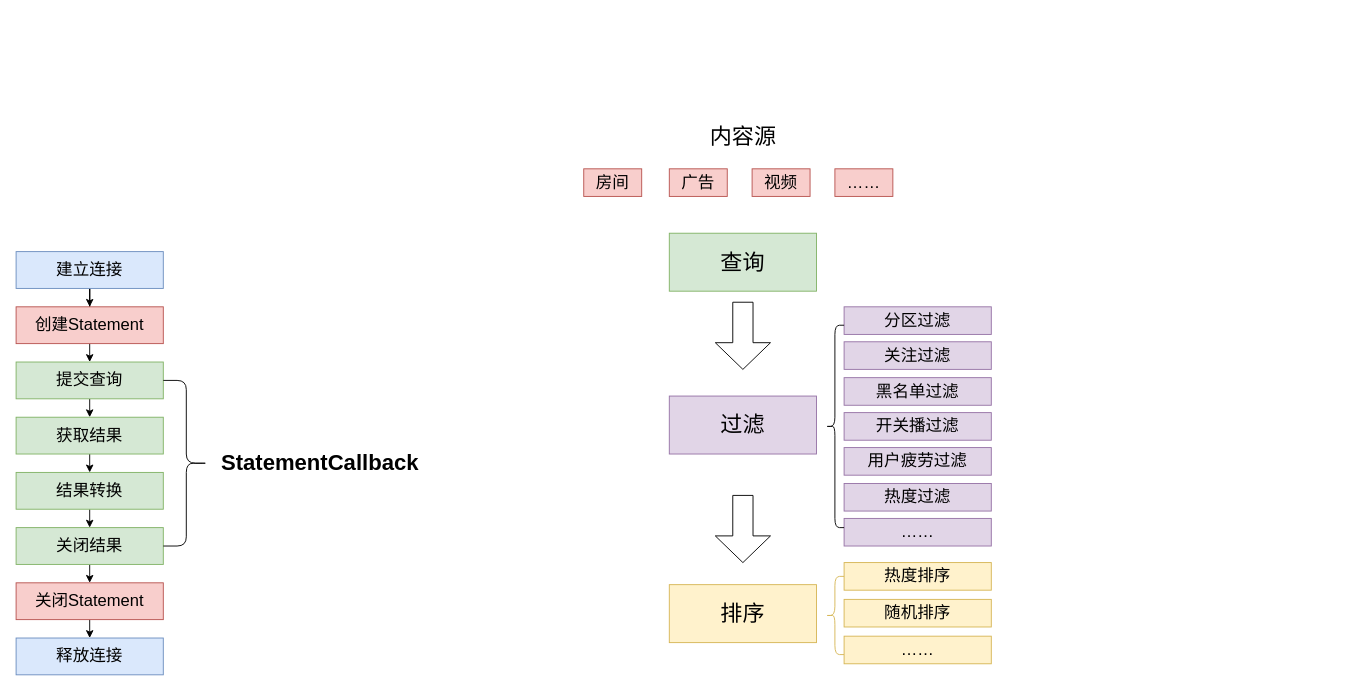
This is 设计模式流程图.drawio from hongweilv-whu/flowCharts, a draw.io file, before an edit. Source tidied: cells renumbered, new cells numbered last; positions are measured from the earlier drawing's top-left corner, leaving out a move shared by most shapes. Both pictures are drawn from the tidied source at 92%, with x=0, y=0 at pixel (16, 122).
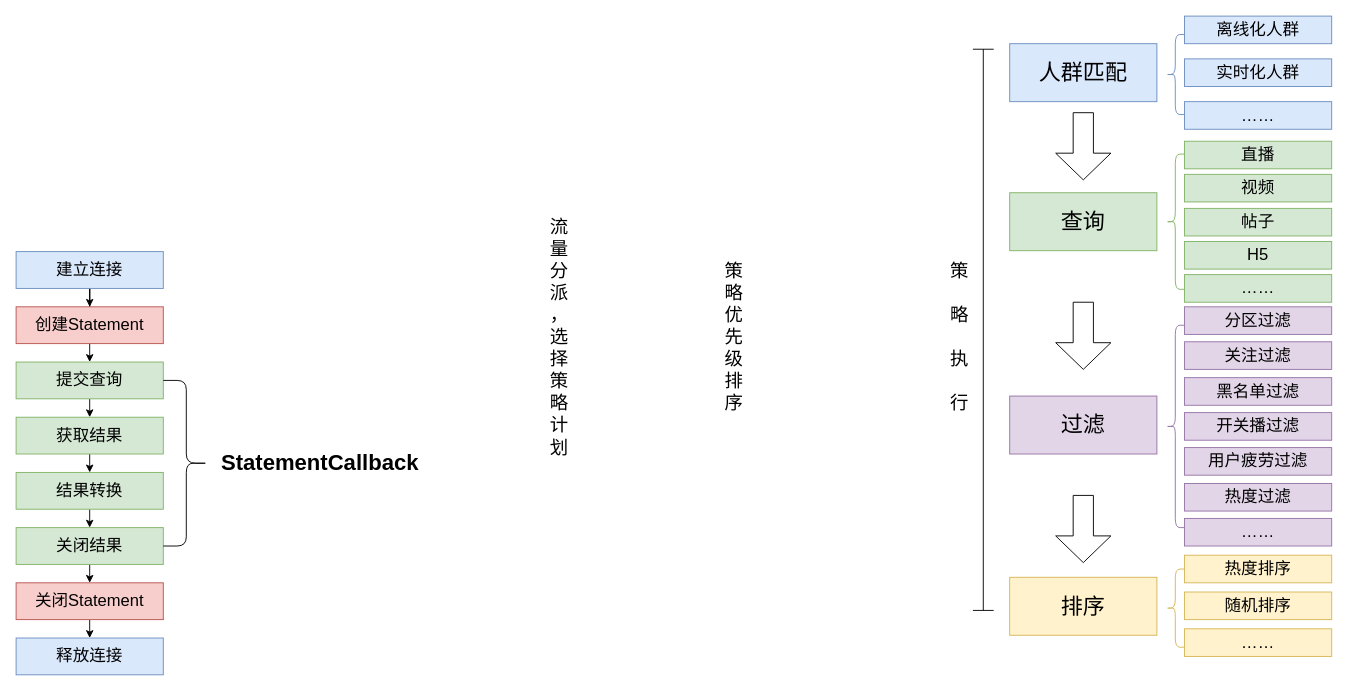
After the change.

Commit message:
更新设计模式流程图.drawio

The edit, as a diff of the source:
```diff
@@
     <mxCell id="19" value="&lt;font style=&quot;font-size: 24px&quot;&gt;过滤&lt;/font&gt;" style="rounded=0;whiteSpace=wrap;html=1;fillColor=#e1d5e7;strokeColor=#9673a6;" parent="1" vertex="1">
-      <mxGeometry x="710" y="297" width="160" height="63" as="geometry" />
+      <mxGeometry x="1080" y="297" width="160" height="63" as="geometry" />
     </mxCell>
-    <mxCell id="20" value="&lt;span style=&quot;font-size: 18px&quot;&gt;房间&lt;/span&gt;" style="rounded=0;whiteSpace=wrap;html=1;fillColor=#f8cecc;strokeColor=#b85450;" parent="1" vertex="1">
-      <mxGeometry x="617" y="50" width="63" height="30" as="geometry" />
+    <mxCell id="20" value="&lt;span style=&quot;font-size: 18px&quot;&gt;直播&lt;/span&gt;" style="rounded=0;whiteSpace=wrap;html=1;fillColor=#d5e8d4;strokeColor=#82b366;" parent="1" vertex="1">
+      <mxGeometry x="1270" y="20" width="160" height="30" as="geometry" />
     </mxCell>
-    <mxCell id="21" value="&lt;span style=&quot;font-size: 18px&quot;&gt;广告&lt;/span&gt;" style="rounded=0;whiteSpace=wrap;html=1;fillColor=#f8cecc;strokeColor=#b85450;" parent="1" vertex="1">
-      <mxGeometry x="710" y="50" width="63" height="30" as="geometry" />
-    </mxCell>
-    <mxCell id="22" value="&lt;span style=&quot;font-size: 18px&quot;&gt;视频&lt;/span&gt;" style="rounded=0;whiteSpace=wrap;html=1;fillColor=#f8cecc;strokeColor=#b85450;" parent="1" vertex="1">
-      <mxGeometry x="800" y="50" width="63" height="30" as="geometry" />
-    </mxCell>
-    <mxCell id="23" value="&lt;span style=&quot;font-size: 18px&quot;&gt;……&lt;/span&gt;" style="rounded=0;whiteSpace=wrap;html=1;fillColor=#f8cecc;strokeColor=#b85450;" parent="1" vertex="1">
-      <mxGeometry x="890" y="50" width="63" height="30" as="geometry" />
-    </mxCell>
     <mxCell id="24" value="&lt;span style=&quot;font-size: 18px&quot;&gt;分区过滤&lt;/span&gt;" style="rounded=0;whiteSpace=wrap;html=1;fillColor=#e1d5e7;strokeColor=#9673a6;" parent="1" vertex="1">
-      <mxGeometry x="900" y="200" width="160" height="30" as="geometry" />
+      <mxGeometry x="1270" y="200" width="160" height="30" as="geometry" />
     </mxCell>
     <mxCell id="25" value="&lt;span style=&quot;font-size: 18px&quot;&gt;关注过滤&lt;/span&gt;" style="rounded=0;whiteSpace=wrap;html=1;fillColor=#e1d5e7;strokeColor=#9673a6;" parent="1" vertex="1">
-      <mxGeometry x="900" y="238" width="160" height="30" as="geometry" />
+      <mxGeometry x="1270" y="238" width="160" height="30" as="geometry" />
     </mxCell>
     <mxCell id="26" value="&lt;span style=&quot;font-size: 18px&quot;&gt;黑名单过滤&lt;/span&gt;" style="rounded=0;whiteSpace=wrap;html=1;fillColor=#e1d5e7;strokeColor=#9673a6;" parent="1" vertex="1">
-      <mxGeometry x="900" y="277" width="160" height="30" as="geometry" />
+      <mxGeometry x="1270" y="277" width="160" height="30" as="geometry" />
     </mxCell>
     <mxCell id="27" value="&lt;span style=&quot;font-size: 18px&quot;&gt;开关播过滤&lt;/span&gt;" style="rounded=0;whiteSpace=wrap;html=1;fillColor=#e1d5e7;strokeColor=#9673a6;" parent="1" vertex="1">
-      <mxGeometry x="900" y="315" width="160" height="30" as="geometry" />
+      <mxGeometry x="1270" y="315" width="160" height="30" as="geometry" />
     </mxCell>
     <mxCell id="28" value="&lt;span style=&quot;font-size: 18px&quot;&gt;用户疲劳过滤&lt;/span&gt;" style="rounded=0;whiteSpace=wrap;html=1;fillColor=#e1d5e7;strokeColor=#9673a6;" parent="1" vertex="1">
-      <mxGeometry x="900" y="353" width="160" height="30" as="geometry" />
+      <mxGeometry x="1270" y="353" width="160" height="30" as="geometry" />
     </mxCell>
     <mxCell id="29" value="&lt;span style=&quot;font-size: 18px&quot;&gt;热度过滤&lt;/span&gt;" style="rounded=0;whiteSpace=wrap;html=1;fillColor=#e1d5e7;strokeColor=#9673a6;" parent="1" vertex="1">
-      <mxGeometry x="900" y="392" width="160" height="30" as="geometry" />
+      <mxGeometry x="1270" y="392" width="160" height="30" as="geometry" />
     </mxCell>
     <mxCell id="30" value="&lt;span style=&quot;font-size: 18px&quot;&gt;……&lt;/span&gt;" style="rounded=0;whiteSpace=wrap;html=1;fillColor=#e1d5e7;strokeColor=#9673a6;" parent="1" vertex="1">
-      <mxGeometry x="900" y="430" width="160" height="30" as="geometry" />
+      <mxGeometry x="1270" y="430" width="160" height="30" as="geometry" />
     </mxCell>
-    <mxCell id="31" style="shape=curlyBracket;whiteSpace=wrap;html=1;rounded=1;" parent="1" vertex="1">
-      <mxGeometry x="880" y="220" width="20" height="220" as="geometry" />
+    <mxCell id="31" style="shape=curlyBracket;whiteSpace=wrap;html=1;rounded=1;fillColor=#e1d5e7;strokeColor=#9673a6;" parent="1" vertex="1">
+      <mxGeometry x="1250" y="220" width="20" height="220" as="geometry" />
     </mxCell>
     <mxCell id="32" value="&lt;font style=&quot;font-size: 24px&quot;&gt;排序&lt;/font&gt;" style="rounded=0;whiteSpace=wrap;html=1;fillColor=#fff2cc;strokeColor=#d6b656;" parent="1" vertex="1">
-      <mxGeometry x="710" y="502" width="160" height="63" as="geometry" />
+      <mxGeometry x="1080" y="494" width="160" height="63" as="geometry" />
     </mxCell>
     <mxCell id="33" value="&lt;span style=&quot;font-size: 18px&quot;&gt;热度排序&lt;/span&gt;" style="rounded=0;whiteSpace=wrap;html=1;fillColor=#fff2cc;strokeColor=#d6b656;" parent="1" vertex="1">
-      <mxGeometry x="900" y="478" width="160" height="30" as="geometry" />
+      <mxGeometry x="1270" y="470" width="160" height="30" as="geometry" />
     </mxCell>
     <mxCell id="34" value="&lt;span style=&quot;font-size: 18px&quot;&gt;随机排序&lt;/span&gt;" style="rounded=0;whiteSpace=wrap;html=1;fillColor=#fff2cc;strokeColor=#d6b656;" parent="1" vertex="1">
-      <mxGeometry x="900" y="518" width="160" height="30" as="geometry" />
+      <mxGeometry x="1270" y="510" width="160" height="30" as="geometry" />
     </mxCell>
     <mxCell id="35" value="&lt;font style=&quot;font-size: 24px&quot;&gt;查询&lt;/font&gt;" style="rounded=0;whiteSpace=wrap;html=1;fillColor=#d5e8d4;strokeColor=#82b366;" parent="1" vertex="1">
-      <mxGeometry x="710" y="120" width="160" height="63" as="geometry" />
+      <mxGeometry x="1080" y="76" width="160" height="63" as="geometry" />
     </mxCell>
     <mxCell id="36" style="shape=curlyBracket;whiteSpace=wrap;html=1;rounded=1;fontSize=24;fillColor=#fff2cc;strokeColor=#d6b656;" parent="1" vertex="1">
-      <mxGeometry x="880" y="493" width="20" height="85" as="geometry" />
+      <mxGeometry x="1250" y="485" width="20" height="85" as="geometry" />
     </mxCell>
     <mxCell id="37" value="&lt;span style=&quot;font-size: 18px&quot;&gt;……&lt;/span&gt;" style="rounded=0;whiteSpace=wrap;html=1;fillColor=#fff2cc;strokeColor=#d6b656;" parent="1" vertex="1">
-      <mxGeometry x="900" y="558" width="160" height="30" as="geometry" />
+      <mxGeometry x="1270" y="550" width="160" height="30" as="geometry" />
     </mxCell>
     <mxCell id="38" style="shape=singleArrow;direction=south;whiteSpace=wrap;html=1;fontSize=24;arrowWidth=0.36666666666666664;arrowSize=0.3972602739726027;" parent="1" vertex="1">
-      <mxGeometry x="760" y="195" width="60" height="73" as="geometry" />
+      <mxGeometry x="1130" y="195" width="60" height="73" as="geometry" />
     </mxCell>
     <mxCell id="39" style="shape=singleArrow;direction=south;whiteSpace=wrap;html=1;fontSize=24;arrowWidth=0.36666666666666664;arrowSize=0.3972602739726027;" parent="1" vertex="1">
-      <mxGeometry x="760" y="405" width="60" height="73" as="geometry" />
+      <mxGeometry x="1130" y="405" width="60" height="73" as="geometry" />
     </mxCell>
-    <mxCell id="40" value="内容源" style="text;html=1;align=center;verticalAlign=middle;strokeColor=none;fillColor=none;fontSize=24;" parent="1" vertex="1">
-      <mxGeometry x="745" width="90" height="30" as="geometry" />
-    </mxCell>
+    <mxCell id="22" value="&lt;span style=&quot;font-size: 18px&quot;&gt;视频&lt;/span&gt;" style="rounded=0;whiteSpace=wrap;html=1;fillColor=#d5e8d4;strokeColor=#82b366;" parent="1" vertex="1">
+      <mxGeometry x="1270" y="56" width="160" height="30" as="geometry" />
+    </mxCell>
+    <mxCell id="41" value="&lt;span style=&quot;font-size: 18px&quot;&gt;帖子&lt;/span&gt;" style="rounded=0;whiteSpace=wrap;html=1;fillColor=#d5e8d4;strokeColor=#82b366;" parent="1" vertex="1">
+      <mxGeometry x="1270" y="93" width="160" height="30" as="geometry" />
+    </mxCell>
+    <mxCell id="42" value="&lt;span style=&quot;font-size: 18px&quot;&gt;H5&lt;/span&gt;" style="rounded=0;whiteSpace=wrap;html=1;fillColor=#d5e8d4;strokeColor=#82b366;" parent="1" vertex="1">
+      <mxGeometry x="1270" y="129" width="160" height="30" as="geometry" />
+    </mxCell>
+    <mxCell id="43" value="&lt;span style=&quot;font-size: 18px&quot;&gt;……&lt;/span&gt;" style="rounded=0;whiteSpace=wrap;html=1;fillColor=#d5e8d4;strokeColor=#82b366;" parent="1" vertex="1">
+      <mxGeometry x="1270" y="165" width="160" height="30" as="geometry" />
+    </mxCell>
+    <mxCell id="44" style="shape=curlyBracket;whiteSpace=wrap;html=1;rounded=1;fillColor=#d5e8d4;strokeColor=#82b366;" parent="1" vertex="1">
+      <mxGeometry x="1250" y="34" width="20" height="147" as="geometry" />
+    </mxCell>
+    <mxCell id="45" value="&lt;font style=&quot;font-size: 20px&quot;&gt;策&lt;br&gt;&lt;br&gt;略&lt;br&gt;&lt;br&gt;执&lt;br&gt;&lt;br&gt;行&lt;br&gt;&lt;/font&gt;" style="text;html=1;align=center;verticalAlign=middle;strokeColor=none;fillColor=none;" parent="1" vertex="1">
+      <mxGeometry x="1005" y="171.5" width="40" height="120" as="geometry" />
+    </mxCell>
+    <mxCell id="46" value="&lt;font style=&quot;font-size: 24px&quot;&gt;人群匹配&lt;/font&gt;" style="rounded=0;whiteSpace=wrap;html=1;fillColor=#dae8fc;strokeColor=#6c8ebf;" parent="1" vertex="1">
+      <mxGeometry x="1080" y="-86" width="160" height="63" as="geometry" />
+    </mxCell>
+    <mxCell id="47" value="&lt;span style=&quot;font-size: 18px&quot;&gt;离线化人群&lt;/span&gt;" style="rounded=0;whiteSpace=wrap;html=1;fillColor=#dae8fc;strokeColor=#6c8ebf;" parent="1" vertex="1">
+      <mxGeometry x="1270" y="-116" width="160" height="30" as="geometry" />
+    </mxCell>
+    <mxCell id="48" value="&lt;span style=&quot;font-size: 18px&quot;&gt;实时化人群&lt;/span&gt;" style="rounded=0;whiteSpace=wrap;html=1;fillColor=#dae8fc;strokeColor=#6c8ebf;" parent="1" vertex="1">
+      <mxGeometry x="1270" y="-69.5" width="160" height="30" as="geometry" />
+    </mxCell>
+    <mxCell id="49" value="&lt;span style=&quot;font-size: 18px&quot;&gt;……&lt;/span&gt;" style="rounded=0;whiteSpace=wrap;html=1;fillColor=#dae8fc;strokeColor=#6c8ebf;" parent="1" vertex="1">
+      <mxGeometry x="1270" y="-23" width="160" height="30" as="geometry" />
+    </mxCell>
+    <mxCell id="50" style="shape=curlyBracket;whiteSpace=wrap;html=1;rounded=1;fillColor=#dae8fc;strokeColor=#6c8ebf;" parent="1" vertex="1">
+      <mxGeometry x="1250" y="-96" width="20" height="87" as="geometry" />
+    </mxCell>
+    <mxCell id="51" style="shape=singleArrow;direction=south;whiteSpace=wrap;html=1;fontSize=24;arrowWidth=0.36666666666666664;arrowSize=0.3972602739726027;" parent="1" vertex="1">
+      <mxGeometry x="1130" y="-11" width="60" height="73" as="geometry" />
+    </mxCell>
+    <mxCell id="52" style="shape=crossbar;whiteSpace=wrap;html=1;rounded=1;direction=south;" parent="1" vertex="1">
+      <mxGeometry x="1040" y="-80" width="22.6" height="610" as="geometry" />
+    </mxCell>
+    <mxCell id="53" value="&lt;font style=&quot;font-size: 20px&quot;&gt;流&lt;br&gt;量&lt;br&gt;分&lt;br&gt;派&lt;br&gt;，&lt;br&gt;选&lt;br&gt;择&lt;br&gt;策&lt;br&gt;略&lt;br&gt;计&lt;br&gt;划&lt;br&gt;&lt;/font&gt;" style="text;html=1;align=center;verticalAlign=middle;strokeColor=none;fillColor=none;" parent="1" vertex="1">
+      <mxGeometry x="570" y="136.5" width="40" height="190" as="geometry" />
+    </mxCell>
+    <mxCell id="54" value="&lt;font style=&quot;font-size: 20px&quot;&gt;策&lt;br&gt;略&lt;br&gt;优&lt;br&gt;先&lt;br&gt;级&lt;br&gt;排&lt;br&gt;序&lt;br&gt;&lt;/font&gt;" style="text;html=1;align=center;verticalAlign=middle;strokeColor=none;fillColor=none;" parent="1" vertex="1">
+      <mxGeometry x="760" y="171.5" width="40" height="120" as="geometry" />
+    </mxCell>
```
